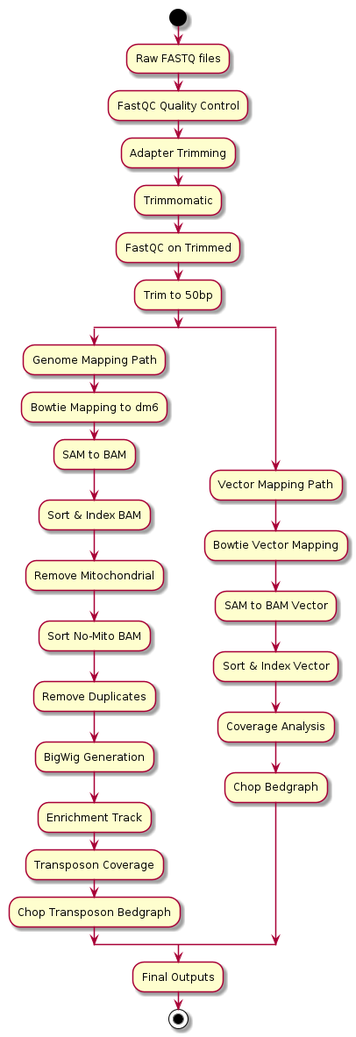
stevehanstudio/piRNA_workflow keeps this PlantUML diagram as Shared/DataFiles/workflow_images/chipseq_workflow.png. Above is the earlier version. Its source is kept beside it as Shared/Scripts/plantuml/chipseq_workflow.puml. The source it was exported from:
```plantuml
@startuml
start
:Raw FASTQ files;
:FastQC Quality Control;
:Adapter Trimming;
:Trimmomatic;
:FastQC on Trimmed;
:Trim to 50bp;
split
  :Genome Mapping Path;
  :Bowtie Mapping to dm6;
  :SAM to BAM;
  :Sort & Index BAM;
  :Remove Mitochondrial;
  :Sort No-Mito BAM;
  :Remove Duplicates;
  :BigWig Generation;
  :Enrichment Track;
  :Transposon Coverage;
  :Chop Transposon Bedgraph;
split again
  :Vector Mapping Path;
  :Bowtie Vector Mapping;
  :SAM to BAM Vector;
  :Sort & Index Vector;
  :Coverage Analysis;
  :Chop Bedgraph;
split end
:Final Outputs;
stop
@enduml
```
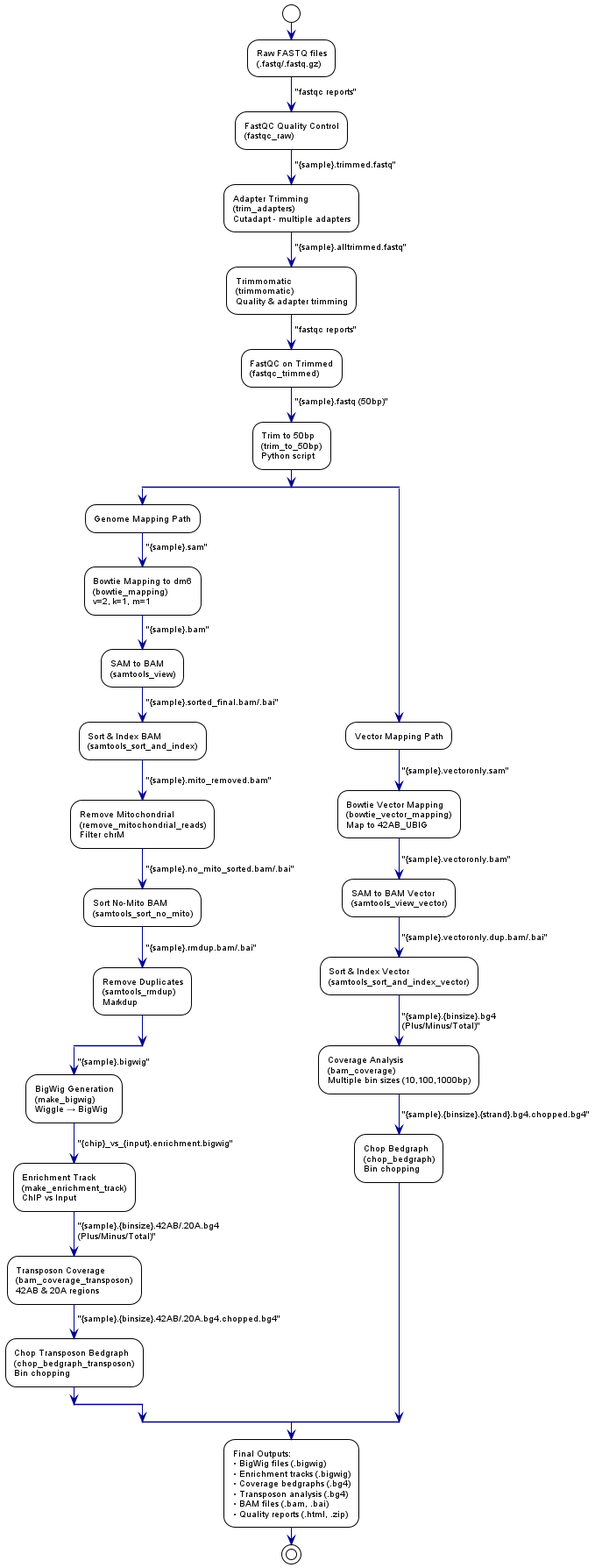
After the change.

Commit message:
Explore chip-seq workflow diagram, cleanup, update docs

Diff of the diagram source:
```diff
@@ -1,31 +1,81 @@
-@startuml
+@startuml chipseq_workflow
+!theme plain
+skinparam defaultFontName Arial
+skinparam defaultFontSize 10
+skinparam arrow {
+    Color DarkBlue
+}
+skinparam rectangle {
+    BackgroundColor LightBlue
+    BorderColor DarkBlue
+}
+
 start
-:Raw FASTQ files;
-:FastQC Quality Control;
-:Adapter Trimming;
-:Trimmomatic;
-:FastQC on Trimmed;
-:Trim to 50bp;
+
+:Raw FASTQ files\n(.fastq/.fastq.gz);
+-> "fastqc reports";
+:FastQC Quality Control\n(fastqc_raw);
+-> "{sample}.trimmed.fastq";
+:Adapter Trimming\n(trim_adapters)\nCutadapt - multiple adapters;
+-> "{sample}.alltrimmed.fastq";
+:Trimmomatic\n(trimmomatic)\nQuality & adapter trimming;
+-> "fastqc reports";
+:FastQC on Trimmed\n(fastqc_trimmed);
+-> "{sample}.fastq (50bp)";
+:Trim to 50bp\n(trim_to_50bp)\nPython script;
+
 split
   :Genome Mapping Path;
-  :Bowtie Mapping to dm6;
-  :SAM to BAM;
-  :Sort & Index BAM;
-  :Remove Mitochondrial;
-  :Sort No-Mito BAM;
-  :Remove Duplicates;
-  :BigWig Generation;
-  :Enrichment Track;
-  :Transposon Coverage;
-  :Chop Transposon Bedgraph;
+  -> "{sample}.sam";
+  :Bowtie Mapping to dm6\n(bowtie_mapping)\nv=2, k=1, m=1;
+
+  -> "{sample}.bam";
+  :SAM to BAM\n(samtools_view);
+
+  -> "{sample}.sorted_final.bam/.bai";
+  :Sort & Index BAM\n(samtools_sort_and_index);
+
+  -> "{sample}.mito_removed.bam";
+  :Remove Mitochondrial\n(remove_mitochondrial_reads)\nFilter chrM;
+
+  -> "{sample}.no_mito_sorted.bam/.bai";
+  :Sort No-Mito BAM\n(samtools_sort_no_mito);
+
+  -> "{sample}.rmdup.bam/.bai";
+  :Remove Duplicates\n(samtools_rmdup)\nMarkdup;
+
+  split
+    -> "{sample}.bigwig";
+    :BigWig Generation\n(make_bigwig)\nWiggle → BigWig;
+    -> "{chip}_vs_{input}.enrichment.bigwig";
+    :Enrichment Track\n(make_enrichment_track)\nChIP vs Input;
+    -> "{sample}.{binsize}.42AB/.20A.bg4\n(Plus/Minus/Total)";
+    :Transposon Coverage\n(bam_coverage_transposon)\n42AB & 20A regions;
+    -> "{sample}.{binsize}.42AB/.20A.bg4.chopped.bg4";
+    :Chop Transposon Bedgraph\n(chop_bedgraph_transposon)\nBin chopping;
+  split end
+
 split again
   :Vector Mapping Path;
-  :Bowtie Vector Mapping;
-  :SAM to BAM Vector;
-  :Sort & Index Vector;
-  :Coverage Analysis;
-  :Chop Bedgraph;
+  -> "{sample}.vectoronly.sam";
+  :Bowtie Vector Mapping\n(bowtie_vector_mapping)\nMap to 42AB_UBIG;
+
+  -> "{sample}.vectoronly.bam";
+  :SAM to BAM Vector\n(samtools_view_vector);
+
+  -> "{sample}.vectoronly.dup.bam/.bai";
+  :Sort & Index Vector\n(samtools_sort_and_index_vector);
+
+  -> "{sample}.{binsize}.bg4\n(Plus/Minus/Total)";
+  :Coverage Analysis\n(bam_coverage)\nMultiple bin sizes (10,100,1000bp);
+
+  -> "{sample}.{binsize}.{strand}.bg4.chopped.bg4";
+  :Chop Bedgraph\n(chop_bedgraph)\nBin chopping;
+
 split end
-:Final Outputs;
+
+:Final Outputs:\n• BigWig files (.bigwig)\n• Enrichment tracks (.bigwig)\n• Coverage bedgraphs (.bg4)\n• Transposon analysis (.bg4)\n• BAM files (.bam, .bai)\n• Quality reports (.html, .zip);
+
 stop
+
 @enduml
```
